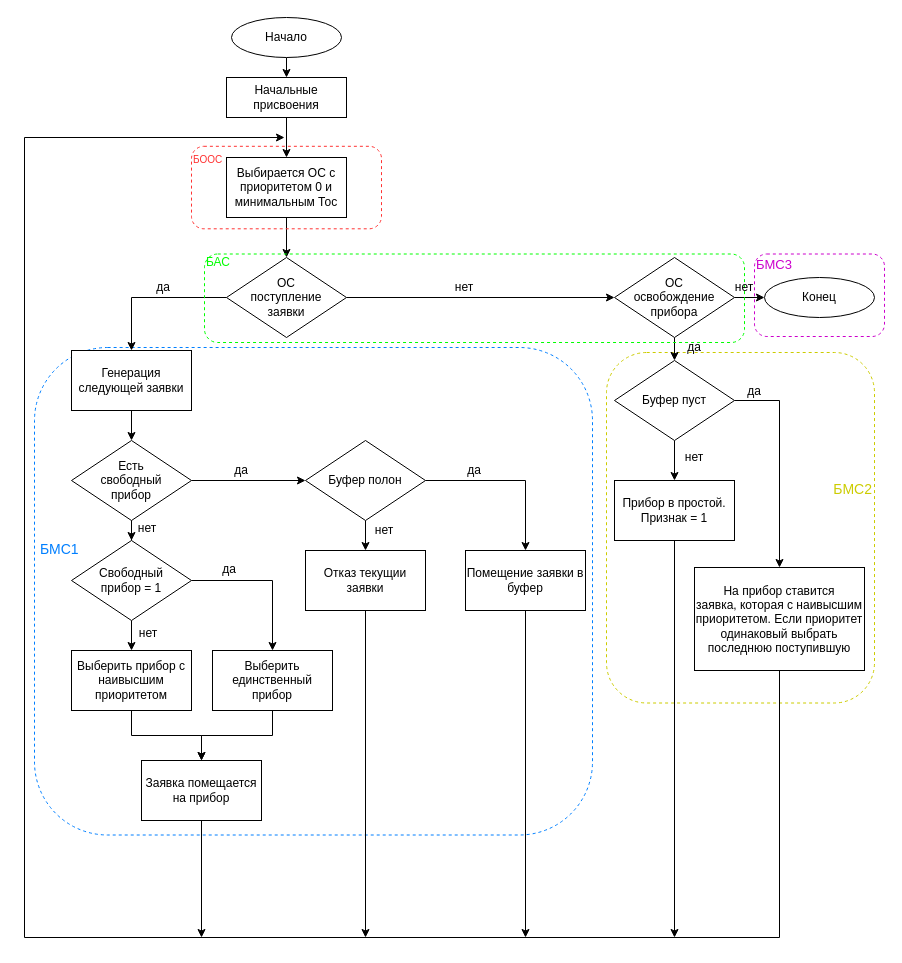
Before: doc/CMO.drawio in NekoSilverFox/CMO, a draw.io diagram. Source tidied: cells renumbered, new cells numbered last; positions are measured from the earlier drawing's top-left corner, leaving out a move shared by most shapes. Both pictures are drawn from the tidied source at 100%, with x=0, y=0 at pixel (24, 17).
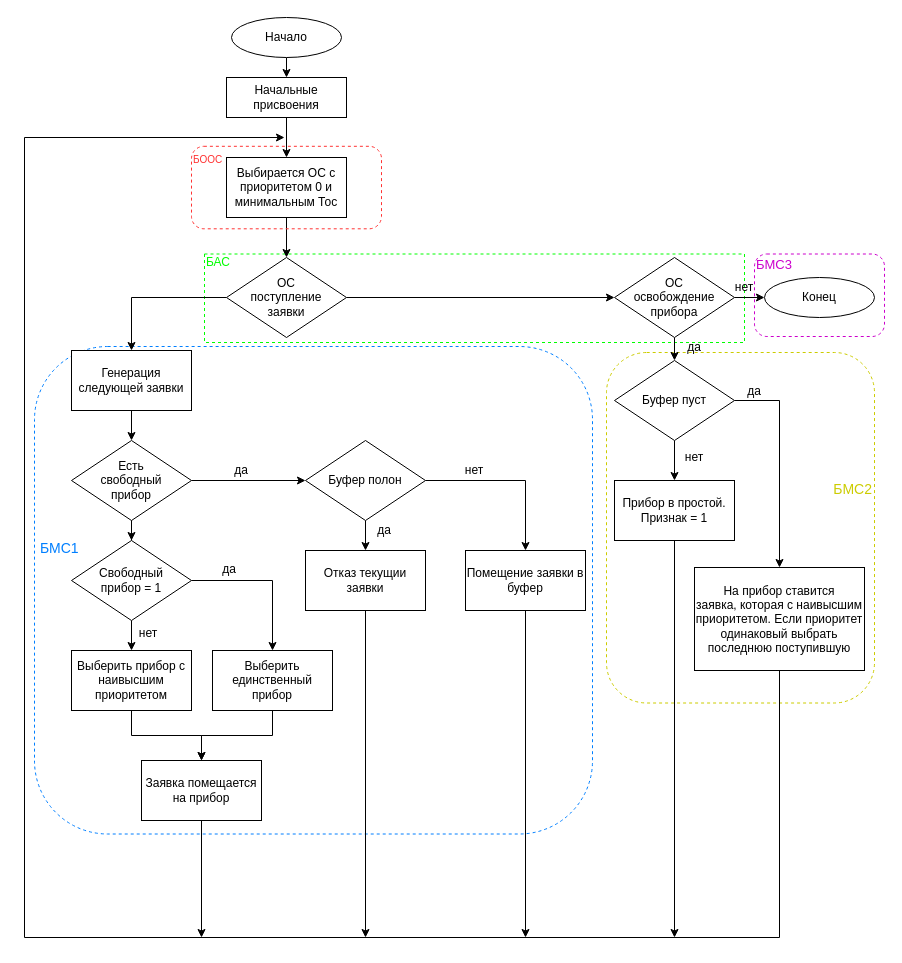
The same page after the edit.

Commit message (it also covers changes not shown here):
修改 流程图

Change to the diagram source:
```diff
@@
+    <mxCell id="47" value="&lt;font style=&quot;font-size: 12px&quot;&gt;&lt;font color=&quot;#00ff00&quot; style=&quot;font-size: 12px&quot;&gt;БАС&lt;br&gt;&lt;br&gt;&lt;br&gt;&lt;br&gt;&lt;br&gt;&lt;/font&gt;&lt;br&gt;&lt;/font&gt;" style="rounded=0;whiteSpace=wrap;html=1;fillColor=none;dashed=1;align=left;strokeColor=#00FF00;" parent="1" vertex="1">
+      <mxGeometry x="180" y="236.5" width="540" height="88.5" as="geometry" />
+    </mxCell>
@@
     <mxCell id="4" value="&lt;font style=&quot;font-size: 14px&quot;&gt;&lt;font color=&quot;#007fff&quot; style=&quot;font-size: 14px&quot;&gt;&amp;nbsp;БМС1&lt;br&gt;&lt;br&gt;&lt;br&gt;&lt;br&gt;&lt;br&gt;&lt;/font&gt;&lt;br&gt;&lt;/font&gt;" style="rounded=1;whiteSpace=wrap;html=1;fillColor=none;dashed=1;align=left;shadow=0;strokeColor=#007FFF;" parent="1" vertex="1">
-      <mxGeometry x="10" y="330" width="558" height="487.5" as="geometry" />
+      <mxGeometry x="10" y="329" width="558" height="487.5" as="geometry" />
     </mxCell>
@@
-    <mxCell id="47" value="&lt;font style=&quot;font-size: 12px&quot;&gt;&lt;font color=&quot;#00ff00&quot; style=&quot;font-size: 12px&quot;&gt;БАС&lt;br&gt;&lt;br&gt;&lt;br&gt;&lt;br&gt;&lt;br&gt;&lt;/font&gt;&lt;br&gt;&lt;/font&gt;" style="rounded=1;whiteSpace=wrap;html=1;fillColor=none;dashed=1;align=left;strokeColor=#00FF00;" parent="1" vertex="1">
-      <mxGeometry x="180" y="236.5" width="540" height="88.5" as="geometry" />
-    </mxCell>
@@
     <mxCell id="49" value="да" style="text;html=1;strokeColor=none;fillColor=none;align=center;verticalAlign=middle;whiteSpace=wrap;rounded=0;" parent="1" vertex="1">
-      <mxGeometry x="430" y="443" width="40" height="20" as="geometry" />
+      <mxGeometry x="340" y="503" width="40" height="20" as="geometry" />
     </mxCell>
@@
-    <mxCell id="52" value="да" style="text;html=1;strokeColor=none;fillColor=none;align=center;verticalAlign=middle;whiteSpace=wrap;rounded=0;" parent="1" vertex="1">
-      <mxGeometry x="119" y="260" width="40" height="20" as="geometry" />
-    </mxCell>
-    <mxCell id="53" value="нет" style="text;html=1;strokeColor=none;fillColor=none;align=center;verticalAlign=middle;whiteSpace=wrap;rounded=0;" parent="1" vertex="1">
-      <mxGeometry x="420" y="260" width="40" height="20" as="geometry" />
-    </mxCell>
@@
     <mxCell id="57" value="нет" style="text;html=1;strokeColor=none;fillColor=none;align=center;verticalAlign=middle;whiteSpace=wrap;rounded=0;" parent="1" vertex="1">
-      <mxGeometry x="340" y="503" width="40" height="20" as="geometry" />
+      <mxGeometry x="430" y="443" width="40" height="20" as="geometry" />
     </mxCell>
-    <mxCell id="58" value="нет" style="text;html=1;strokeColor=none;fillColor=none;align=center;verticalAlign=middle;whiteSpace=wrap;rounded=0;" parent="1" vertex="1">
-      <mxGeometry x="103" y="501" width="40" height="20" as="geometry" />
-    </mxCell>
```
